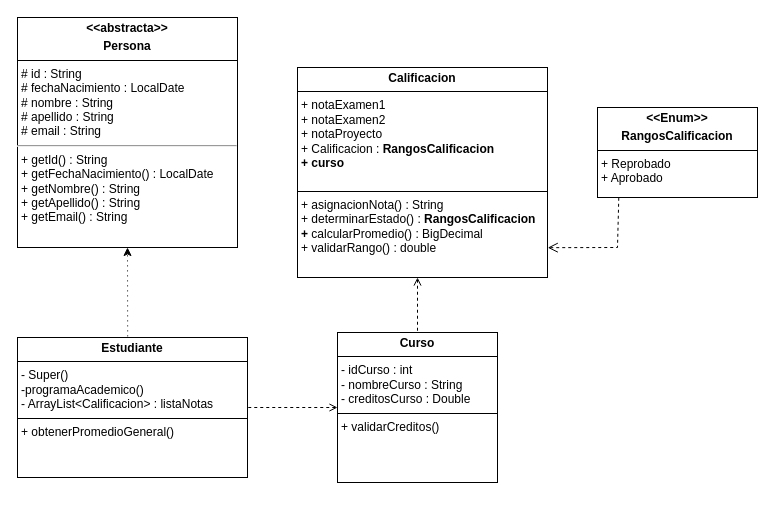
BATRUCHO/university-projects keeps this draw.io diagram as Java/Proyectos/CasoEstudio/src/main/java/com/mycompany/casoestudio/Diagrama sin título.drawio. Above is the earlier version. Source tidied: cells renumbered, new cells numbered last; positions are measured from the earlier drawing's top-left corner, leaving out a move shared by most shapes. Both pictures are drawn from the tidied source at 100%, with x=0, y=0 at pixel (17, 17).
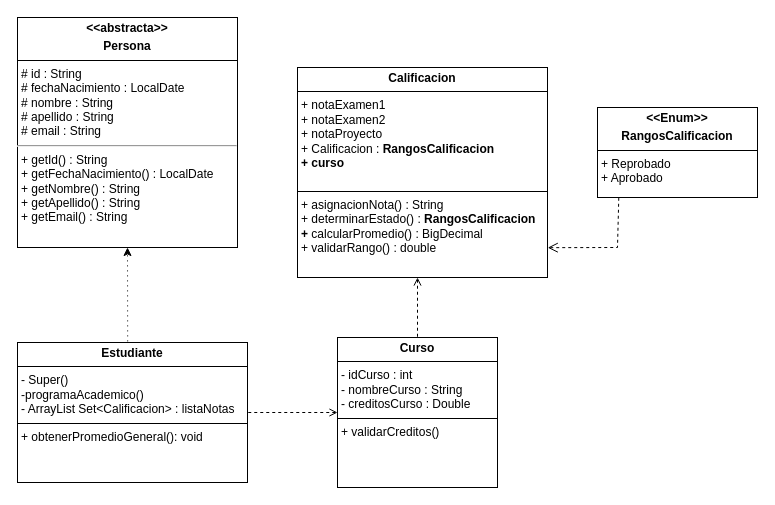
The same diagram, later.

Diff of the diagram source:
```diff
@@
 <mxGraphModel>
   <root>
     <mxCell id="0" />
     <mxCell id="1" parent="0" />
     <mxCell id="2" value="&lt;p style=&quot;margin:0px;margin-top:4px;text-align:center;&quot;&gt;&lt;b&gt;Calificacion&lt;/b&gt;&lt;/p&gt;&lt;hr size=&quot;1&quot; style=&quot;border-style:solid;&quot;&gt;&lt;p style=&quot;margin:0px;margin-left:4px;&quot;&gt;+ notaExamen1&lt;/p&gt;&lt;p style=&quot;margin:0px;margin-left:4px;&quot;&gt;+ notaExamen2&lt;/p&gt;&lt;p style=&quot;margin:0px;margin-left:4px;&quot;&gt;+ notaProyecto&lt;/p&gt;&lt;p style=&quot;margin:0px;margin-left:4px;&quot;&gt;+ Calificacion :&amp;nbsp;&lt;b style=&quot;background-color: transparent; color: light-dark(rgb(0, 0, 0), rgb(255, 255, 255)); text-align: center;&quot;&gt;RangosCalificacion&lt;/b&gt;&lt;/p&gt;&lt;p style=&quot;margin:0px;margin-left:4px;&quot;&gt;&lt;b style=&quot;background-color: transparent; color: light-dark(rgb(0, 0, 0), rgb(255, 255, 255)); text-align: center;&quot;&gt;+ curso&lt;/b&gt;&lt;/p&gt;&lt;p style=&quot;margin:0px;margin-left:4px;&quot;&gt;&lt;br&gt;&lt;/p&gt;&lt;hr size=&quot;1&quot; style=&quot;border-style:solid;&quot;&gt;&lt;p style=&quot;margin:0px;margin-left:4px;&quot;&gt;+ asignacionNota() : String&lt;/p&gt;&lt;p style=&quot;margin:0px;margin-left:4px;&quot;&gt;+&amp;nbsp;&lt;span style=&quot;background-color: transparent; color: light-dark(rgb(0, 0, 0), rgb(255, 255, 255));&quot;&gt;determinarEstado() :&amp;nbsp;&lt;/span&gt;&lt;b style=&quot;background-color: transparent; color: light-dark(rgb(0, 0, 0), rgb(255, 255, 255)); text-align: center;&quot;&gt;RangosCalificacion&lt;/b&gt;&lt;/p&gt;&lt;p style=&quot;margin:0px;margin-left:4px;&quot;&gt;&lt;b style=&quot;background-color: transparent; color: light-dark(rgb(0, 0, 0), rgb(255, 255, 255)); text-align: center;&quot;&gt;+&amp;nbsp;&lt;/b&gt;&lt;span style=&quot;background-color: transparent; color: light-dark(rgb(0, 0, 0), rgb(255, 255, 255));&quot;&gt;calcularPromedio() : BigDecimal&lt;/span&gt;&lt;/p&gt;&lt;p style=&quot;margin:0px;margin-left:4px;&quot;&gt;&lt;span style=&quot;background-color: transparent; color: light-dark(rgb(0, 0, 0), rgb(255, 255, 255));&quot;&gt;+ validarRango() : double&lt;/span&gt;&lt;/p&gt;&lt;p style=&quot;margin:0px;margin-left:4px;&quot;&gt;&lt;span style=&quot;background-color: transparent; color: light-dark(rgb(0, 0, 0), rgb(255, 255, 255));&quot;&gt;&lt;br&gt;&lt;/span&gt;&lt;/p&gt;" style="verticalAlign=top;align=left;overflow=fill;html=1;whiteSpace=wrap;" parent="1" vertex="1">
       <mxGeometry x="280" y="50" width="250" height="210" as="geometry" />
     </mxCell>
     <mxCell id="3" value="&lt;p style=&quot;margin:0px;margin-top:4px;text-align:center;&quot;&gt;&lt;b&gt;&amp;lt;&amp;lt;abstracta&amp;gt;&amp;gt;&lt;/b&gt;&lt;/p&gt;&lt;p style=&quot;margin:0px;margin-top:4px;text-align:center;&quot;&gt;&lt;b&gt;Persona&lt;/b&gt;&lt;/p&gt;&lt;hr size=&quot;1&quot; style=&quot;border-style:solid;&quot;&gt;&lt;p style=&quot;margin: 0px 0px 0px 4px;&quot;&gt;# id : String&lt;/p&gt;&lt;p style=&quot;margin: 0px 0px 0px 4px;&quot;&gt;# fechaNacimiento : LocalDate&lt;/p&gt;&lt;p style=&quot;margin: 0px 0px 0px 4px;&quot;&gt;# nombre : String&lt;/p&gt;&lt;p style=&quot;margin: 0px 0px 0px 4px;&quot;&gt;# apellido : String&lt;/p&gt;&lt;p style=&quot;margin: 0px 0px 0px 4px;&quot;&gt;# email : String&amp;nbsp;&lt;/p&gt;&lt;hr&gt;&lt;p style=&quot;margin: 0px 0px 0px 4px;&quot;&gt;&lt;/p&gt;&lt;p style=&quot;margin: 0px 0px 0px 4px;&quot;&gt;+ getId() : String&lt;/p&gt;&lt;p style=&quot;margin: 0px 0px 0px 4px;&quot;&gt;+ getFechaNacimiento() : LocalDate&lt;/p&gt;&lt;p style=&quot;margin: 0px 0px 0px 4px;&quot;&gt;+ getNombre() : String&lt;/p&gt;&lt;p style=&quot;margin: 0px 0px 0px 4px;&quot;&gt;+ getApellido() : String&lt;/p&gt;&lt;p style=&quot;margin: 0px 0px 0px 4px;&quot;&gt;+ getEmail() : String&lt;/p&gt;&lt;p style=&quot;margin: 0px 0px 0px 4px;&quot;&gt;&lt;br&gt;&lt;/p&gt;" style="verticalAlign=top;align=left;overflow=fill;html=1;whiteSpace=wrap;" parent="1" vertex="1">
       <mxGeometry width="220" height="230" as="geometry" />
     </mxCell>
-    <mxCell id="4" value="&lt;p style=&quot;margin:0px;margin-top:4px;text-align:center;&quot;&gt;&lt;b&gt;Estudiante&lt;/b&gt;&lt;/p&gt;&lt;hr size=&quot;1&quot; style=&quot;border-style:solid;&quot;&gt;&lt;p style=&quot;margin:0px;margin-left:4px;&quot;&gt;- Super()&lt;/p&gt;&lt;p style=&quot;margin:0px;margin-left:4px;&quot;&gt;-programaAcademico()&lt;/p&gt;&lt;p style=&quot;margin:0px;margin-left:4px;&quot;&gt;- ArrayList&amp;lt;Calificacion&amp;gt; : listaNotas&lt;/p&gt;&lt;hr size=&quot;1&quot; style=&quot;border-style:solid;&quot;&gt;&lt;p style=&quot;margin:0px;margin-left:4px;&quot;&gt;+&amp;nbsp;obtenerPromedioGeneral()&lt;/p&gt;" style="verticalAlign=top;align=left;overflow=fill;html=1;whiteSpace=wrap;" parent="1" vertex="1">
-      <mxGeometry y="320" width="230" height="140" as="geometry" />
+    <mxCell id="4" value="&lt;p style=&quot;margin:0px;margin-top:4px;text-align:center;&quot;&gt;&lt;b&gt;Estudiante&lt;/b&gt;&lt;/p&gt;&lt;hr size=&quot;1&quot; style=&quot;border-style:solid;&quot;&gt;&lt;p style=&quot;margin:0px;margin-left:4px;&quot;&gt;- Super()&lt;/p&gt;&lt;p style=&quot;margin:0px;margin-left:4px;&quot;&gt;-programaAcademico()&lt;/p&gt;&lt;p style=&quot;margin:0px;margin-left:4px;&quot;&gt;- ArrayList Set&amp;lt;Calificacion&amp;gt; : listaNotas&lt;/p&gt;&lt;hr size=&quot;1&quot; style=&quot;border-style:solid;&quot;&gt;&lt;p style=&quot;margin:0px;margin-left:4px;&quot;&gt;+&amp;nbsp;obtenerPromedioGeneral(): void&lt;/p&gt;" style="verticalAlign=top;align=left;overflow=fill;html=1;whiteSpace=wrap;" parent="1" vertex="1">
+      <mxGeometry y="325" width="230" height="140" as="geometry" />
     </mxCell>
     <mxCell id="5" style="endArrow=classic;html=1;rounded=0;entryX=0.5;entryY=1;entryDx=0;entryDy=0;exitX=0.479;exitY=-0.008;exitDx=0;exitDy=0;dashed=1;dashPattern=1 4;exitPerimeter=0;" parent="1" edge="1" source="4" target="3">
       <mxGeometry relative="1" as="geometry" />
     </mxCell>
     <mxCell id="6" value="&lt;p style=&quot;margin:0px;margin-top:4px;text-align:center;&quot;&gt;&lt;b&gt;&amp;lt;&amp;lt;Enum&amp;gt;&amp;gt;&lt;/b&gt;&lt;/p&gt;&lt;p style=&quot;margin:0px;margin-top:4px;text-align:center;&quot;&gt;&lt;b&gt;RangosCalificacion&lt;/b&gt;&lt;/p&gt;&lt;hr size=&quot;1&quot; style=&quot;border-style:solid;&quot;&gt;&lt;p style=&quot;margin:0px;margin-left:4px;&quot;&gt;+ Reprobado&lt;/p&gt;&lt;p style=&quot;margin:0px;margin-left:4px;&quot;&gt;+ Aprobado&lt;/p&gt;&lt;p style=&quot;margin:0px;margin-left:4px;&quot;&gt;&lt;br&gt;&lt;/p&gt;" style="verticalAlign=top;align=left;overflow=fill;html=1;whiteSpace=wrap;" parent="1" vertex="1">
       <mxGeometry x="580" y="90" width="160" height="90" as="geometry" />
     </mxCell>
     <mxCell id="7" style="html=1;verticalAlign=bottom;endArrow=open;dashed=1;endSize=8;curved=0;rounded=0;exitX=0.133;exitY=1.003;exitDx=0;exitDy=0;exitPerimeter=0;entryX=1.001;entryY=0.858;entryDx=0;entryDy=0;entryPerimeter=0;" parent="1" edge="1" source="6" target="2">
       <mxGeometry x="-0.5" relative="1" as="geometry">
         <Array as="points">
           <mxPoint x="600" y="230" />
         </Array>
       </mxGeometry>
     </mxCell>
     <mxCell id="8" value="&lt;p style=&quot;margin:0px;margin-top:4px;text-align:center;&quot;&gt;&lt;b&gt;Curso&lt;/b&gt;&lt;/p&gt;&lt;hr size=&quot;1&quot; style=&quot;border-style:solid;&quot;&gt;&lt;p style=&quot;margin:0px;margin-left:4px;&quot;&gt;- idCurso : int&lt;/p&gt;&lt;p style=&quot;margin:0px;margin-left:4px;&quot;&gt;- nombreCurso : String&lt;/p&gt;&lt;p style=&quot;margin:0px;margin-left:4px;&quot;&gt;- creditosCurso : Double&lt;/p&gt;&lt;hr size=&quot;1&quot; style=&quot;border-style:solid;&quot;&gt;&lt;p style=&quot;margin:0px;margin-left:4px;&quot;&gt;+ validarCreditos()&lt;/p&gt;" style="verticalAlign=top;align=left;overflow=fill;html=1;whiteSpace=wrap;" parent="1" vertex="1">
-      <mxGeometry x="320" y="315" width="160" height="150" as="geometry" />
+      <mxGeometry x="320" y="320" width="160" height="150" as="geometry" />
     </mxCell>
     <mxCell id="9" style="html=1;verticalAlign=bottom;endArrow=none;dashed=1;endSize=8;curved=0;rounded=0;exitX=0;exitY=0.5;exitDx=0;exitDy=0;entryX=1;entryY=0.5;entryDx=0;entryDy=0;endFill=0;startArrow=open;startFill=0;" parent="1" edge="1" source="8" target="4">
       <mxGeometry relative="1" as="geometry" />
     </mxCell>
     <mxCell id="10" style="html=1;verticalAlign=bottom;endArrow=none;dashed=1;endSize=8;curved=0;rounded=0;entryX=0.5;entryY=0;entryDx=0;entryDy=0;endFill=0;startArrow=open;startFill=0;" parent="1" edge="1" target="8">
       <mxGeometry relative="1" as="geometry">
         <mxPoint x="400" y="260" as="sourcePoint" />
       </mxGeometry>
     </mxCell>
   </root>
 </mxGraphModel>
```
